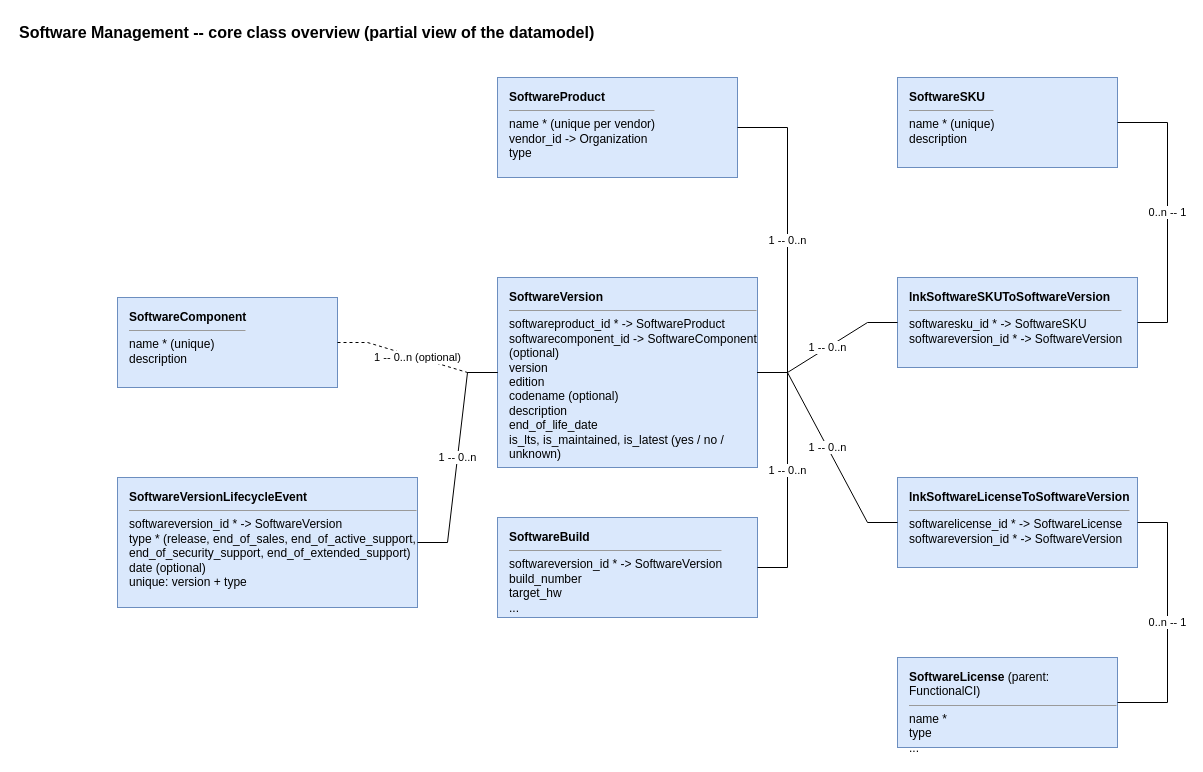
This is jb-software-mgmt-main/docs/class-diagram.drawio from jbostoen/itop-jb-software-mgmt, a draw.io file, before an edit. Source tidied: cells renumbered, new cells numbered last; positions are measured from the earlier drawing's top-left corner, leaving out a move shared by most shapes. Both pictures are drawn from the tidied source at 100%, with x=0, y=0 at pixel (17, 17).
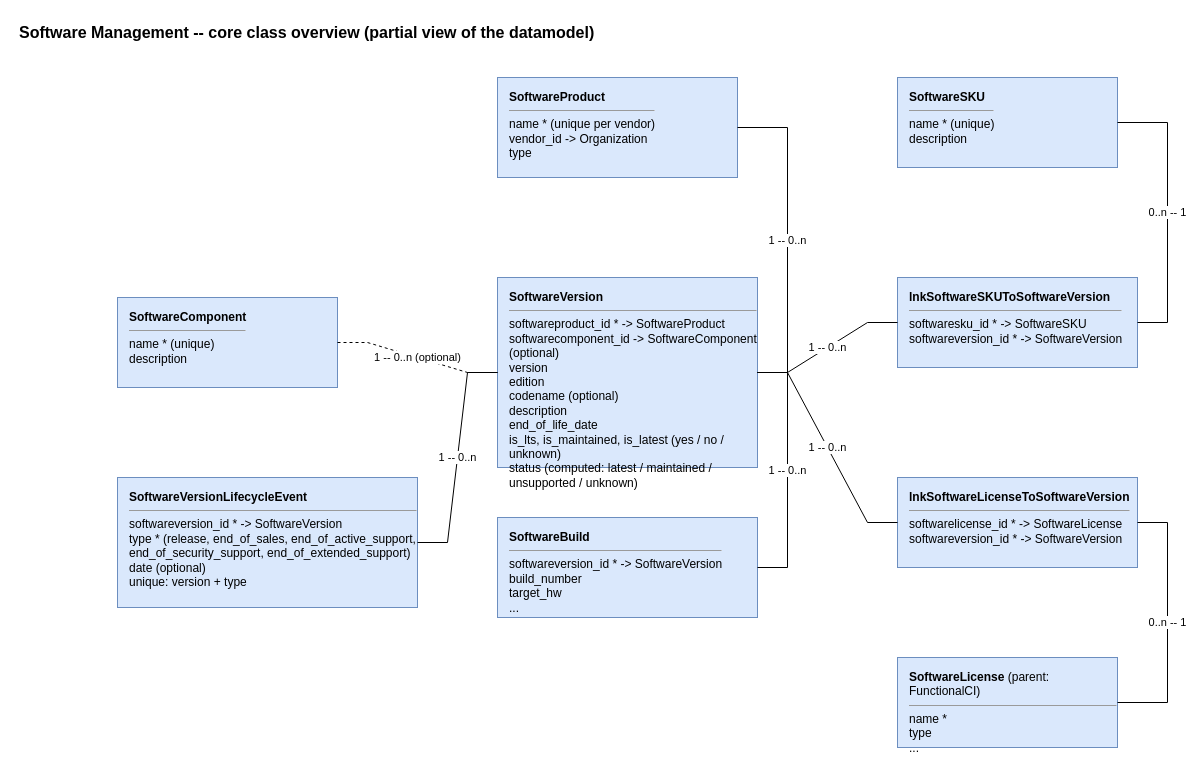
The same page after the edit.

Commit message (it also covers changes not shown here):
* Enhancement: Status of a software version, shown on its builds #45

What changed in the source:
```diff
@@
 <mxGraphModel>
   <root>
     <mxCell id="0" />
     <mxCell id="1" parent="0" />
     <mxCell id="2" value="Software Management -- core class overview (partial view of the datamodel)" style="text;html=1;align=left;verticalAlign=middle;fontSize=16;fontStyle=1;" parent="1" vertex="1">
       <mxGeometry width="900" height="30" as="geometry" />
     </mxCell>
     <mxCell id="3" value="&lt;b&gt;SoftwareProduct&lt;/b&gt;&lt;hr size=&quot;1&quot;/&gt;name * (unique per vendor)&lt;br&gt;vendor_id -&gt; Organization&lt;br&gt;type" style="rounded=0;whiteSpace=wrap;html=1;align=left;verticalAlign=top;spacingLeft=10;spacingTop=6;fontSize=12;fillColor=#dae8fc;strokeColor=#6c8ebf;" parent="1" vertex="1">
       <mxGeometry x="480" y="60" width="240" height="100" as="geometry" />
     </mxCell>
     <mxCell id="4" value="&lt;b&gt;SoftwareComponent&lt;/b&gt;&lt;hr size=&quot;1&quot;/&gt;name * (unique)&lt;br&gt;description" style="rounded=0;whiteSpace=wrap;html=1;align=left;verticalAlign=top;spacingLeft=10;spacingTop=6;fontSize=12;fillColor=#dae8fc;strokeColor=#6c8ebf;" parent="1" vertex="1">
       <mxGeometry x="100" y="280" width="220" height="90" as="geometry" />
     </mxCell>
-    <mxCell id="5" value="&lt;b&gt;SoftwareVersion&lt;/b&gt;&lt;hr size=&quot;1&quot;/&gt;softwareproduct_id * -&gt; SoftwareProduct&lt;br&gt;softwarecomponent_id -&gt; SoftwareComponent (optional)&lt;br&gt;version&lt;br&gt;edition&lt;br&gt;codename (optional)&lt;br&gt;description&lt;br&gt;end_of_life_date&lt;br&gt;is_lts, is_maintained, is_latest (yes / no / unknown)" style="rounded=0;whiteSpace=wrap;html=1;align=left;verticalAlign=top;spacingLeft=10;spacingTop=6;fontSize=12;fillColor=#dae8fc;strokeColor=#6c8ebf;" parent="1" vertex="1">
+    <mxCell id="5" value="&lt;b&gt;SoftwareVersion&lt;/b&gt;&lt;hr size=&quot;1&quot;/&gt;softwareproduct_id * -&gt; SoftwareProduct&lt;br&gt;softwarecomponent_id -&gt; SoftwareComponent (optional)&lt;br&gt;version&lt;br&gt;edition&lt;br&gt;codename (optional)&lt;br&gt;description&lt;br&gt;end_of_life_date&lt;br&gt;is_lts, is_maintained, is_latest (yes / no / unknown)&lt;br&gt;status (computed: latest / maintained / unsupported / unknown)" style="rounded=0;whiteSpace=wrap;html=1;align=left;verticalAlign=top;spacingLeft=10;spacingTop=6;fontSize=12;fillColor=#dae8fc;strokeColor=#6c8ebf;" parent="1" vertex="1">
       <mxGeometry x="480" y="260" width="260" height="190" as="geometry" />
     </mxCell>
     <mxCell id="6" value="&lt;b&gt;SoftwareBuild&lt;/b&gt;&lt;hr size=&quot;1&quot;/&gt;softwareversion_id * -&gt; SoftwareVersion&lt;br&gt;build_number&lt;br&gt;target_hw&lt;br&gt;..." style="rounded=0;whiteSpace=wrap;html=1;align=left;verticalAlign=top;spacingLeft=10;spacingTop=6;fontSize=12;fillColor=#dae8fc;strokeColor=#6c8ebf;" parent="1" vertex="1">
       <mxGeometry x="480" y="500" width="260" height="100" as="geometry" />
     </mxCell>
     <mxCell id="7" value="&lt;b&gt;SoftwareSKU&lt;/b&gt;&lt;hr size=&quot;1&quot;/&gt;name * (unique)&lt;br&gt;description" style="rounded=0;whiteSpace=wrap;html=1;align=left;verticalAlign=top;spacingLeft=10;spacingTop=6;fontSize=12;fillColor=#dae8fc;strokeColor=#6c8ebf;" parent="1" vertex="1">
       <mxGeometry x="880" y="60" width="220" height="90" as="geometry" />
     </mxCell>
     <mxCell id="8" value="&lt;b&gt;lnkSoftwareSKUToSoftwareVersion&lt;/b&gt;&lt;hr size=&quot;1&quot;/&gt;softwaresku_id * -&gt; SoftwareSKU&lt;br&gt;softwareversion_id * -&gt; SoftwareVersion" style="rounded=0;whiteSpace=wrap;html=1;align=left;verticalAlign=top;spacingLeft=10;spacingTop=6;fontSize=12;fillColor=#dae8fc;strokeColor=#6c8ebf;" parent="1" vertex="1">
       <mxGeometry x="880" y="260" width="240" height="90" as="geometry" />
     </mxCell>
     <mxCell id="9" value="&lt;b&gt;lnkSoftwareLicenseToSoftwareVersion&lt;/b&gt;&lt;hr size=&quot;1&quot;/&gt;softwarelicense_id * -&gt; SoftwareLicense&lt;br&gt;softwareversion_id * -&gt; SoftwareVersion" style="rounded=0;whiteSpace=wrap;html=1;align=left;verticalAlign=top;spacingLeft=10;spacingTop=6;fontSize=12;fillColor=#dae8fc;strokeColor=#6c8ebf;" parent="1" vertex="1">
       <mxGeometry x="880" y="460" width="240" height="90" as="geometry" />
     </mxCell>
     <mxCell id="10" value="&lt;b&gt;SoftwareLicense&lt;/b&gt; (parent: FunctionalCI)&lt;hr size=&quot;1&quot;/&gt;name *&lt;br&gt;type&lt;br&gt;..." style="rounded=0;whiteSpace=wrap;html=1;align=left;verticalAlign=top;spacingLeft=10;spacingTop=6;fontSize=12;fillColor=#dae8fc;strokeColor=#6c8ebf;" parent="1" vertex="1">
       <mxGeometry x="880" y="640" width="220" height="90" as="geometry" />
     </mxCell>
     <mxCell id="11" value="&lt;b&gt;SoftwareVersionLifecycleEvent&lt;/b&gt;&lt;hr size=&quot;1&quot;/&gt;softwareversion_id * -&gt; SoftwareVersion&lt;br&gt;type * (release, end_of_sales, end_of_active_support, end_of_security_support, end_of_extended_support)&lt;br&gt;date (optional)&lt;br&gt;unique: version + type" style="rounded=0;whiteSpace=wrap;html=1;align=left;verticalAlign=top;spacingLeft=10;spacingTop=6;fontSize=12;fillColor=#dae8fc;strokeColor=#6c8ebf;" parent="1" vertex="1">
       <mxGeometry x="100" y="460" width="300" height="130" as="geometry" />
     </mxCell>
     <mxCell id="12" value="1 -- 0..n" style="edgeStyle=entityRelationEdgeStyle;rounded=0;html=1;fontSize=11;endArrow=none;startArrow=none;" parent="1" edge="1" source="3" target="5">
       <mxGeometry relative="1" as="geometry" />
     </mxCell>
     <mxCell id="13" value="1 -- 0..n (optional)" style="edgeStyle=entityRelationEdgeStyle;rounded=0;html=1;fontSize=11;endArrow=none;startArrow=none;dashed=1;" parent="1" edge="1" source="4" target="5">
       <mxGeometry relative="1" as="geometry" />
     </mxCell>
     <mxCell id="14" value="1 -- 0..n" style="edgeStyle=entityRelationEdgeStyle;rounded=0;html=1;fontSize=11;endArrow=none;startArrow=none;" parent="1" edge="1" source="5" target="6">
       <mxGeometry relative="1" as="geometry" />
     </mxCell>
     <mxCell id="15" value="1 -- 0..n" style="edgeStyle=entityRelationEdgeStyle;rounded=0;html=1;fontSize=11;endArrow=none;startArrow=none;" parent="1" edge="1" source="5" target="8">
       <mxGeometry relative="1" as="geometry" />
     </mxCell>
     <mxCell id="16" value="0..n -- 1" style="edgeStyle=entityRelationEdgeStyle;rounded=0;html=1;fontSize=11;endArrow=none;startArrow=none;" parent="1" edge="1" source="8" target="7">
       <mxGeometry relative="1" as="geometry" />
     </mxCell>
     <mxCell id="17" value="1 -- 0..n" style="edgeStyle=entityRelationEdgeStyle;rounded=0;html=1;fontSize=11;endArrow=none;startArrow=none;" parent="1" edge="1" source="5" target="9">
       <mxGeometry relative="1" as="geometry" />
     </mxCell>
     <mxCell id="18" value="0..n -- 1" style="edgeStyle=entityRelationEdgeStyle;rounded=0;html=1;fontSize=11;endArrow=none;startArrow=none;" parent="1" edge="1" source="9" target="10">
       <mxGeometry relative="1" as="geometry" />
     </mxCell>
     <mxCell id="19" value="1 -- 0..n" style="edgeStyle=entityRelationEdgeStyle;rounded=0;html=1;fontSize=11;endArrow=none;startArrow=none;" parent="1" edge="1" source="5" target="11">
       <mxGeometry relative="1" as="geometry" />
     </mxCell>
   </root>
 </mxGraphModel>
```
